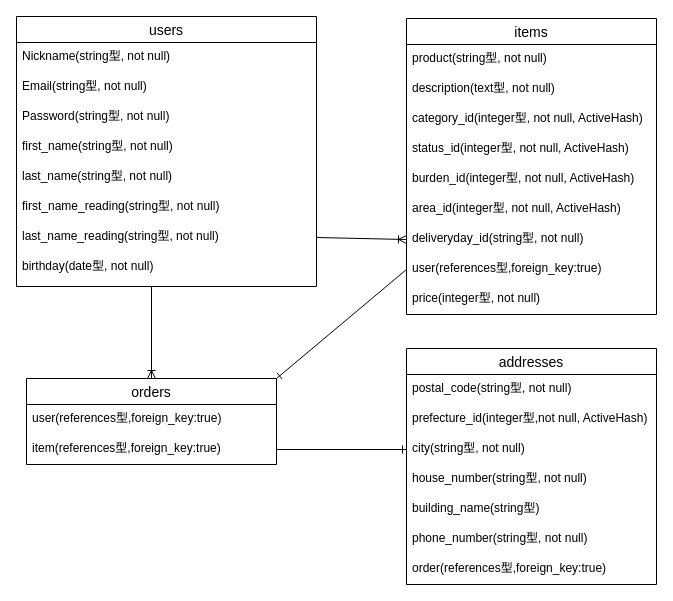
n622ryo/furima-31017 keeps this draw.io diagram as test.dio. Above is the earlier version. Source tidied: cells renumbered, new cells numbered last; positions are measured from the earlier drawing's top-left corner, leaving out a move shared by most shapes. Both pictures are drawn from the tidied source at 100%, with x=0, y=0 at pixel (16, 16).
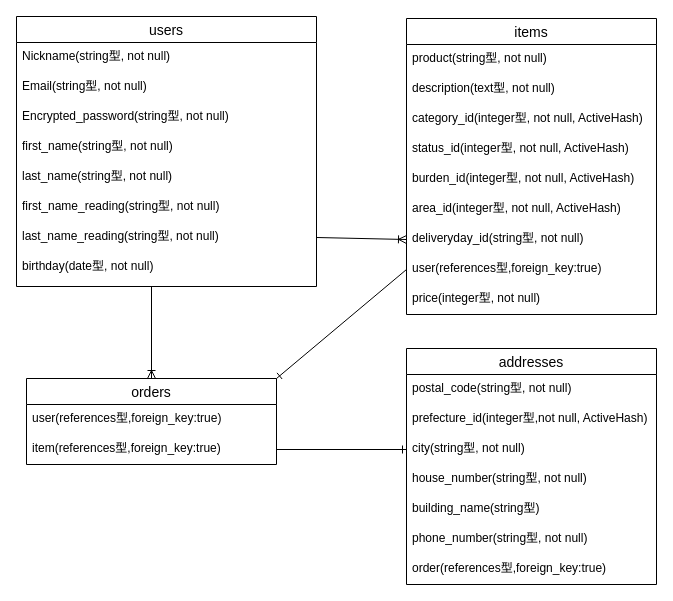
After the change.

Commit message (it also covers changes not shown here):
ER図、readme修正

Unchanged cells that the change refers to:
```xml
<mxCell id="24" value="users" style="swimlane;fontStyle=0;horizontal=1;startSize=26;align=center;fontSize=14;" parent="1" vertex="1">
  <mxGeometry width="300" height="270" as="geometry" />
</mxCell>
```

What changed in the source:
```diff
@@
-    <mxCell id="27" value="Password(string型, not null)" style="text;strokeColor=none;fillColor=none;spacingLeft=4;spacingRight=4;overflow=hidden;fontSize=12;" parent="24" vertex="1">
+    <mxCell id="27" value="Encrypted_password(string型, not null)" style="text;strokeColor=none;fillColor=none;spacingLeft=4;spacingRight=4;overflow=hidden;fontSize=12;" parent="24" vertex="1">
       <mxGeometry y="86" width="300" height="30" as="geometry" />
     </mxCell>
```
